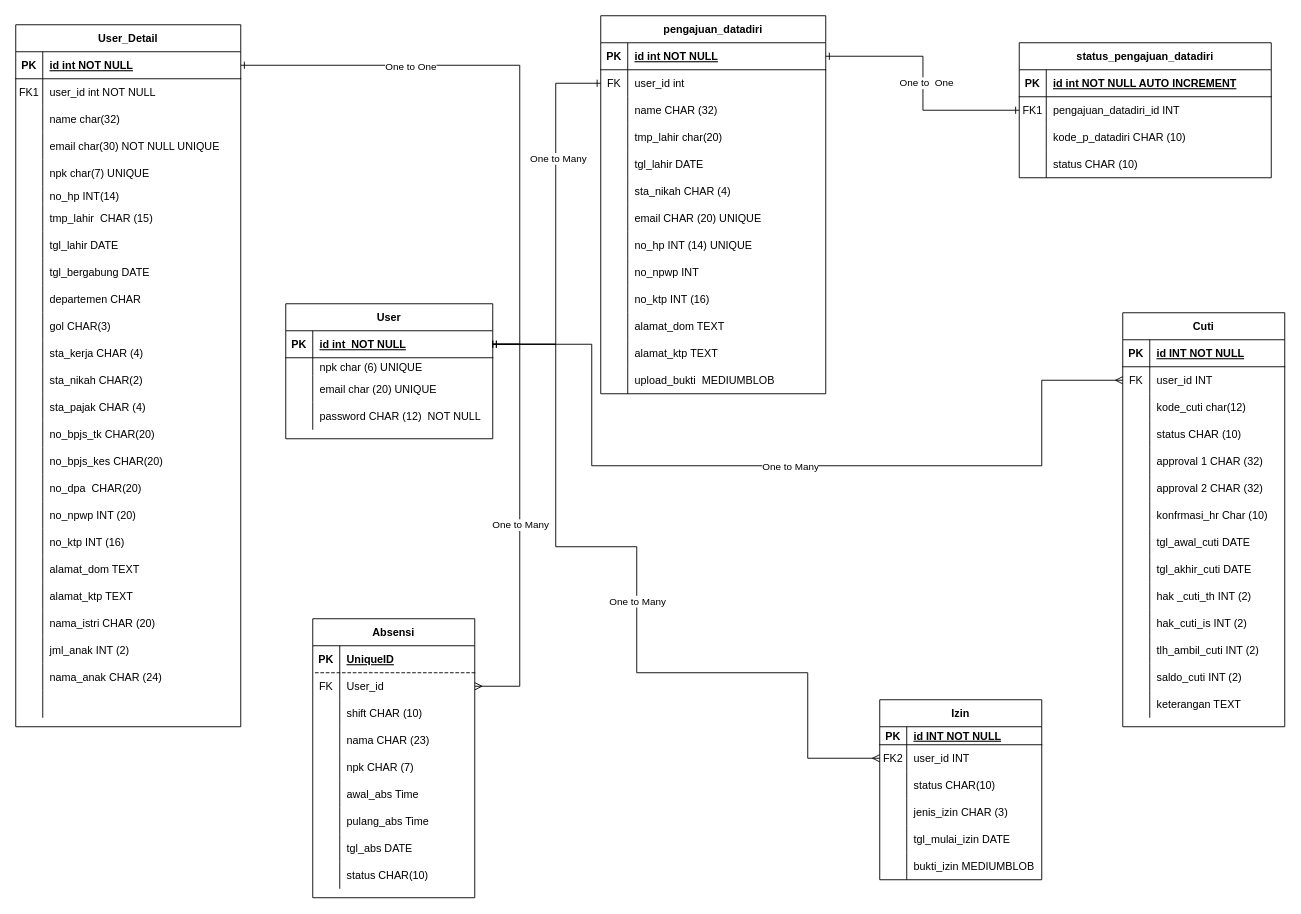
Before: page "ERD" (1 of 6) of ERDS1AR/ERD S1AR.drawio in magang-aiia/ERD-Diagram, a draw.io diagram. Source tidied: cells renumbered, new cells numbered last; positions are measured from the earlier drawing's top-left corner, leaving out a move shared by most shapes. Both pictures are drawn from the tidied source at 90%, with x=0, y=0 at pixel (15, 15).
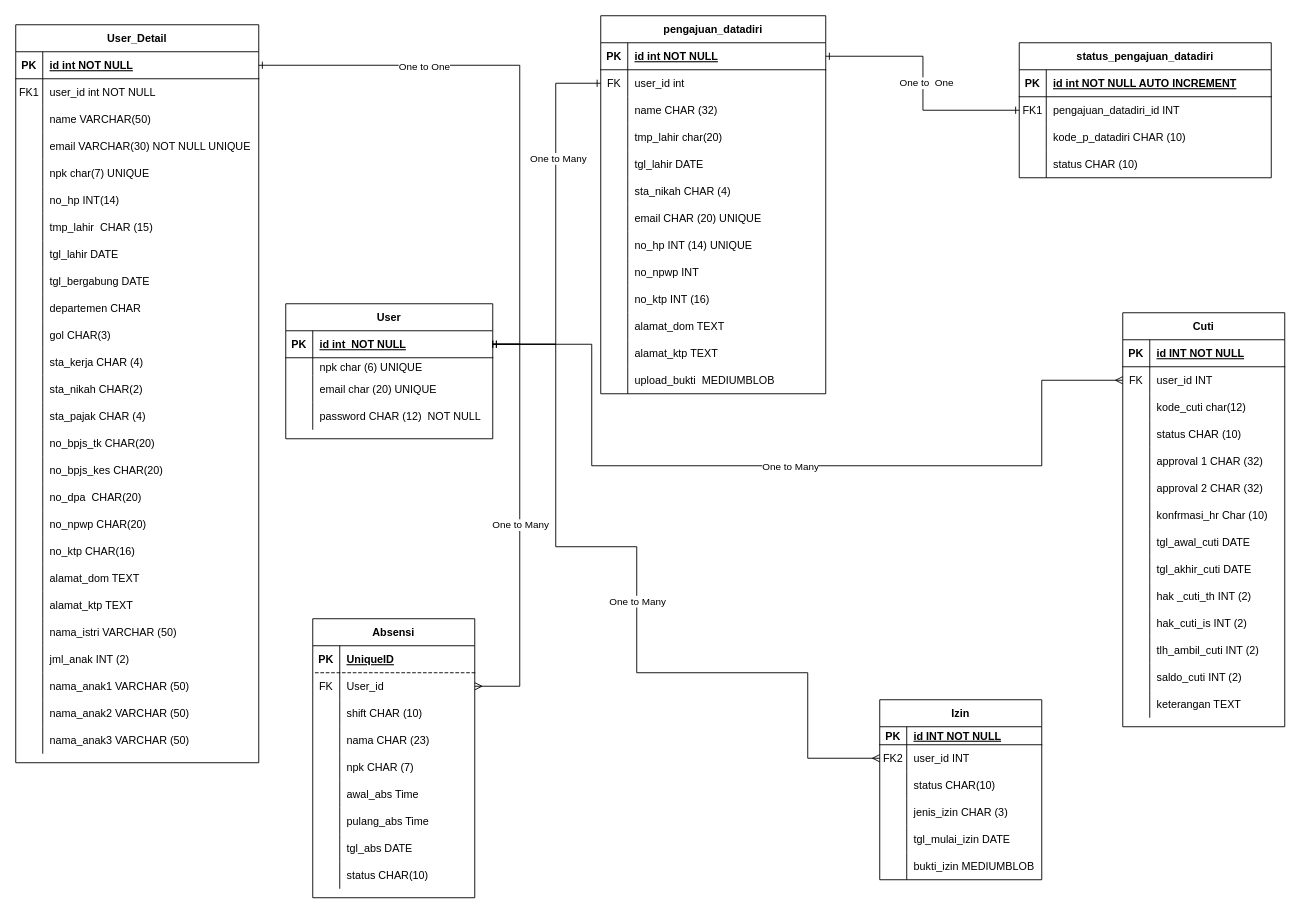
Above is the later version.

Commit message:
PERUBAHAN TIPE DATA ERD S1AR.drawio

What changed in the source:
```diff
@@
     <mxCell id="2" value="User_Detail" style="shape=table;startSize=30;childLayout=tableLayout;rowLines=0;fontStyle=1;align=center;" parent="1" vertex="1">
-      <mxGeometry y="10" width="250" height="780" as="geometry" />
+      <mxGeometry y="10" width="270" height="820" as="geometry" />
     </mxCell>
     <mxCell id="3" style="shape=partialRectangle;fillColor=none;points=[[0,0.5],[1,0.5]];portConstraint=eastwest;top=0;left=0;right=0;bottom=1;" parent="2" vertex="1">
-      <mxGeometry y="30" width="250" height="30" as="geometry" />
+      <mxGeometry y="30" width="270" height="30" as="geometry" />
     </mxCell>
@@
     <mxCell id="5" value="id int NOT NULL " style="shape=partialRectangle;overflow=hidden;fillColor=none;top=0;left=0;bottom=0;right=0;align=left;spacingLeft=6;fontStyle=5;" parent="3" vertex="1">
-      <mxGeometry x="30" width="220" height="30" as="geometry" />
+      <mxGeometry x="30" width="240" height="30" as="geometry" />
     </mxCell>
     <mxCell id="6" style="shape=partialRectangle;fillColor=none;top=0;left=0;right=0;bottom=0;" parent="2" vertex="1">
-      <mxGeometry y="60" width="250" height="30" as="geometry" />
+      <mxGeometry y="60" width="270" height="30" as="geometry" />
     </mxCell>
@@
     <mxCell id="8" value="user_id int NOT NULL" style="shape=partialRectangle;overflow=hidden;fillColor=none;top=0;left=0;bottom=0;right=0;align=left;spacingLeft=6;" parent="6" vertex="1">
-      <mxGeometry x="30" width="220" height="30" as="geometry" />
+      <mxGeometry x="30" width="240" height="30" as="geometry" />
     </mxCell>
     <mxCell id="9" style="shape=partialRectangle;fillColor=none;top=0;left=0;right=0;bottom=0;" parent="2" vertex="1">
-      <mxGeometry y="90" width="250" height="30" as="geometry" />
+      <mxGeometry y="90" width="270" height="30" as="geometry" />
     </mxCell>
@@
-    <mxCell id="11" value="name char(32)" style="shape=partialRectangle;overflow=hidden;fillColor=none;top=0;left=0;bottom=0;right=0;align=left;spacingLeft=6;" parent="9" vertex="1">
-      <mxGeometry x="30" width="220" height="30" as="geometry" />
+    <mxCell id="11" value="name VARCHAR(50)" style="shape=partialRectangle;overflow=hidden;fillColor=none;top=0;left=0;bottom=0;right=0;align=left;spacingLeft=6;" parent="9" vertex="1">
+      <mxGeometry x="30" width="240" height="30" as="geometry" />
     </mxCell>
     <mxCell id="12" style="shape=partialRectangle;fillColor=none;top=0;left=0;right=0;bottom=0;" parent="2" vertex="1">
-      <mxGeometry y="120" width="250" height="30" as="geometry" />
+      <mxGeometry y="120" width="270" height="30" as="geometry" />
     </mxCell>
@@
-    <mxCell id="14" value="email char(30) NOT NULL UNIQUE" style="shape=partialRectangle;overflow=hidden;fillColor=none;top=0;left=0;bottom=0;right=0;align=left;spacingLeft=6;" parent="12" vertex="1">
-      <mxGeometry x="30" width="220" height="30" as="geometry" />
+    <mxCell id="14" value="email VARCHAR(30) NOT NULL UNIQUE" style="shape=partialRectangle;overflow=hidden;fillColor=none;top=0;left=0;bottom=0;right=0;align=left;spacingLeft=6;" parent="12" vertex="1">
+      <mxGeometry x="30" width="240" height="30" as="geometry" />
     </mxCell>
     <mxCell id="15" style="shape=partialRectangle;fillColor=none;top=0;left=0;right=0;bottom=0;" parent="2" vertex="1">
-      <mxGeometry y="150" width="250" height="30" as="geometry" />
+      <mxGeometry y="150" width="270" height="30" as="geometry" />
     </mxCell>
@@
     <mxCell id="17" value="npk char(7) UNIQUE" style="shape=partialRectangle;overflow=hidden;fillColor=none;top=0;left=0;bottom=0;right=0;align=left;spacingLeft=6;" parent="15" vertex="1">
-      <mxGeometry x="30" width="220" height="30" as="geometry" />
+      <mxGeometry x="30" width="240" height="30" as="geometry" />
     </mxCell>
     <mxCell id="18" style="shape=partialRectangle;fillColor=none;top=0;left=0;right=0;bottom=0;" parent="2" vertex="1">
-      <mxGeometry y="180" width="250" height="20" as="geometry" />
+      <mxGeometry y="180" width="270" height="30" as="geometry" />
     </mxCell>
     <mxCell id="19" style="shape=partialRectangle;overflow=hidden;fillColor=none;top=0;left=0;bottom=0;right=0;" parent="18" vertex="1">
-      <mxGeometry width="30" height="20" as="geometry" />
+      <mxGeometry width="30" height="30" as="geometry" />
     </mxCell>
     <mxCell id="20" value="no_hp INT(14)" style="shape=partialRectangle;overflow=hidden;fillColor=none;top=0;left=0;bottom=0;right=0;align=left;spacingLeft=6;" parent="18" vertex="1">
-      <mxGeometry x="30" width="220" height="20" as="geometry" />
+      <mxGeometry x="30" width="240" height="30" as="geometry" />
     </mxCell>
     <mxCell id="21" style="shape=partialRectangle;fillColor=none;top=0;left=0;right=0;bottom=0;" parent="2" vertex="1">
-      <mxGeometry y="200" width="250" height="30" as="geometry" />
+      <mxGeometry y="210" width="270" height="30" as="geometry" />
     </mxCell>
@@
     <mxCell id="23" value="tmp_lahir  CHAR (15) " style="shape=partialRectangle;overflow=hidden;fillColor=none;top=0;left=0;bottom=0;right=0;align=left;spacingLeft=6;" parent="21" vertex="1">
-      <mxGeometry x="30" width="220" height="30" as="geometry" />
+      <mxGeometry x="30" width="240" height="30" as="geometry" />
     </mxCell>
     <mxCell id="24" style="shape=partialRectangle;fillColor=none;top=0;left=0;right=0;bottom=0;" parent="2" vertex="1">
-      <mxGeometry y="230" width="250" height="30" as="geometry" />
+      <mxGeometry y="240" width="270" height="30" as="geometry" />
     </mxCell>
@@
     <mxCell id="26" value="tgl_lahir DATE" style="shape=partialRectangle;overflow=hidden;fillColor=none;top=0;left=0;bottom=0;right=0;align=left;spacingLeft=6;" parent="24" vertex="1">
-      <mxGeometry x="30" width="220" height="30" as="geometry" />
+      <mxGeometry x="30" width="240" height="30" as="geometry" />
     </mxCell>
     <mxCell id="27" style="shape=partialRectangle;fillColor=none;top=0;left=0;right=0;bottom=0;" parent="2" vertex="1">
-      <mxGeometry y="260" width="250" height="30" as="geometry" />
+      <mxGeometry y="270" width="270" height="30" as="geometry" />
     </mxCell>
@@
     <mxCell id="29" value="tgl_bergabung DATE" style="shape=partialRectangle;overflow=hidden;fillColor=none;top=0;left=0;bottom=0;right=0;align=left;spacingLeft=6;" parent="27" vertex="1">
-      <mxGeometry x="30" width="220" height="30" as="geometry" />
+      <mxGeometry x="30" width="240" height="30" as="geometry" />
     </mxCell>
     <mxCell id="30" style="shape=partialRectangle;fillColor=none;top=0;left=0;right=0;bottom=0;" parent="2" vertex="1">
-      <mxGeometry y="290" width="250" height="30" as="geometry" />
+      <mxGeometry y="300" width="270" height="30" as="geometry" />
     </mxCell>
@@
     <mxCell id="32" value="departemen CHAR" style="shape=partialRectangle;overflow=hidden;fillColor=none;top=0;left=0;bottom=0;right=0;align=left;spacingLeft=6;" parent="30" vertex="1">
-      <mxGeometry x="30" width="220" height="30" as="geometry" />
+      <mxGeometry x="30" width="240" height="30" as="geometry" />
     </mxCell>
     <mxCell id="33" style="shape=partialRectangle;fillColor=none;top=0;left=0;right=0;bottom=0;" parent="2" vertex="1">
-      <mxGeometry y="320" width="250" height="30" as="geometry" />
+      <mxGeometry y="330" width="270" height="30" as="geometry" />
     </mxCell>
@@
     <mxCell id="35" value="gol CHAR(3)" style="shape=partialRectangle;overflow=hidden;fillColor=none;top=0;left=0;bottom=0;right=0;align=left;spacingLeft=6;" parent="33" vertex="1">
-      <mxGeometry x="30" width="220" height="30" as="geometry" />
+      <mxGeometry x="30" width="240" height="30" as="geometry" />
     </mxCell>
     <mxCell id="36" style="shape=partialRectangle;fillColor=none;top=0;left=0;right=0;bottom=0;" parent="2" vertex="1">
-      <mxGeometry y="350" width="250" height="30" as="geometry" />
+      <mxGeometry y="360" width="270" height="30" as="geometry" />
     </mxCell>
@@
     <mxCell id="38" value="sta_kerja CHAR (4)" style="shape=partialRectangle;overflow=hidden;fillColor=none;top=0;left=0;bottom=0;right=0;align=left;spacingLeft=6;" parent="36" vertex="1">
-      <mxGeometry x="30" width="220" height="30" as="geometry" />
+      <mxGeometry x="30" width="240" height="30" as="geometry" />
     </mxCell>
     <mxCell id="39" style="shape=partialRectangle;fillColor=none;top=0;left=0;right=0;bottom=0;" parent="2" vertex="1">
-      <mxGeometry y="380" width="250" height="30" as="geometry" />
+      <mxGeometry y="390" width="270" height="30" as="geometry" />
     </mxCell>
@@
     <mxCell id="41" value="sta_nikah CHAR(2)" style="shape=partialRectangle;overflow=hidden;fillColor=none;top=0;left=0;bottom=0;right=0;align=left;spacingLeft=6;" parent="39" vertex="1">
-      <mxGeometry x="30" width="220" height="30" as="geometry" />
+      <mxGeometry x="30" width="240" height="30" as="geometry" />
     </mxCell>
     <mxCell id="42" style="shape=partialRectangle;fillColor=none;top=0;left=0;right=0;bottom=0;" parent="2" vertex="1">
-      <mxGeometry y="410" width="250" height="30" as="geometry" />
+      <mxGeometry y="420" width="270" height="30" as="geometry" />
     </mxCell>
@@
     <mxCell id="44" value="sta_pajak CHAR (4)" style="shape=partialRectangle;overflow=hidden;fillColor=none;top=0;left=0;bottom=0;right=0;align=left;spacingLeft=6;" parent="42" vertex="1">
-      <mxGeometry x="30" width="220" height="30" as="geometry" />
+      <mxGeometry x="30" width="240" height="30" as="geometry" />
     </mxCell>
     <mxCell id="45" style="shape=partialRectangle;fillColor=none;top=0;left=0;right=0;bottom=0;" parent="2" vertex="1">
-      <mxGeometry y="440" width="250" height="30" as="geometry" />
+      <mxGeometry y="450" width="270" height="30" as="geometry" />
     </mxCell>
@@
     <mxCell id="47" value="no_bpjs_tk CHAR(20)" style="shape=partialRectangle;overflow=hidden;fillColor=none;top=0;left=0;bottom=0;right=0;align=left;spacingLeft=6;" parent="45" vertex="1">
-      <mxGeometry x="30" width="220" height="30" as="geometry" />
+      <mxGeometry x="30" width="240" height="30" as="geometry" />
     </mxCell>
     <mxCell id="48" style="shape=partialRectangle;fillColor=none;top=0;left=0;right=0;bottom=0;" parent="2" vertex="1">
-      <mxGeometry y="470" width="250" height="30" as="geometry" />
+      <mxGeometry y="480" width="270" height="30" as="geometry" />
     </mxCell>
@@
     <mxCell id="50" value="no_bpjs_kes CHAR(20)" style="shape=partialRectangle;overflow=hidden;fillColor=none;top=0;left=0;bottom=0;right=0;align=left;spacingLeft=6;" parent="48" vertex="1">
-      <mxGeometry x="30" width="220" height="30" as="geometry" />
+      <mxGeometry x="30" width="240" height="30" as="geometry" />
     </mxCell>
     <mxCell id="51" style="shape=partialRectangle;fillColor=none;top=0;left=0;right=0;bottom=0;" parent="2" vertex="1">
-      <mxGeometry y="500" width="250" height="30" as="geometry" />
+      <mxGeometry y="510" width="270" height="30" as="geometry" />
     </mxCell>
@@
     <mxCell id="53" value="no_dpa  CHAR(20)" style="shape=partialRectangle;overflow=hidden;fillColor=none;top=0;left=0;bottom=0;right=0;align=left;spacingLeft=6;" parent="51" vertex="1">
-      <mxGeometry x="30" width="220" height="30" as="geometry" />
+      <mxGeometry x="30" width="240" height="30" as="geometry" />
     </mxCell>
     <mxCell id="54" style="shape=partialRectangle;fillColor=none;top=0;left=0;right=0;bottom=0;" parent="2" vertex="1">
-      <mxGeometry y="530" width="250" height="30" as="geometry" />
+      <mxGeometry y="540" width="270" height="30" as="geometry" />
     </mxCell>
@@
-    <mxCell id="56" value="no_npwp INT (20)" style="shape=partialRectangle;overflow=hidden;fillColor=none;top=0;left=0;bottom=0;right=0;align=left;spacingLeft=6;" parent="54" vertex="1">
-      <mxGeometry x="30" width="220" height="30" as="geometry" />
+    <mxCell id="56" value="no_npwp CHAR(20)" style="shape=partialRectangle;overflow=hidden;fillColor=none;top=0;left=0;bottom=0;right=0;align=left;spacingLeft=6;" parent="54" vertex="1">
+      <mxGeometry x="30" width="240" height="30" as="geometry" />
     </mxCell>
     <mxCell id="57" style="shape=partialRectangle;fillColor=none;top=0;left=0;right=0;bottom=0;" parent="2" vertex="1">
-      <mxGeometry y="560" width="250" height="30" as="geometry" />
+      <mxGeometry y="570" width="270" height="30" as="geometry" />
     </mxCell>
@@
-    <mxCell id="59" value="no_ktp INT (16)" style="shape=partialRectangle;overflow=hidden;fillColor=none;top=0;left=0;bottom=0;right=0;align=left;spacingLeft=6;" parent="57" vertex="1">
-      <mxGeometry x="30" width="220" height="30" as="geometry" />
+    <mxCell id="59" value="no_ktp CHAR(16)" style="shape=partialRectangle;overflow=hidden;fillColor=none;top=0;left=0;bottom=0;right=0;align=left;spacingLeft=6;" parent="57" vertex="1">
+      <mxGeometry x="30" width="240" height="30" as="geometry" />
     </mxCell>
     <mxCell id="60" style="shape=partialRectangle;fillColor=none;top=0;left=0;right=0;bottom=0;" parent="2" vertex="1">
-      <mxGeometry y="590" width="250" height="30" as="geometry" />
+      <mxGeometry y="600" width="270" height="30" as="geometry" />
     </mxCell>
@@
     <mxCell id="62" value="alamat_dom TEXT" style="shape=partialRectangle;overflow=hidden;fillColor=none;top=0;left=0;bottom=0;right=0;align=left;spacingLeft=6;" parent="60" vertex="1">
-      <mxGeometry x="30" width="220" height="30" as="geometry" />
+      <mxGeometry x="30" width="240" height="30" as="geometry" />
     </mxCell>
     <mxCell id="63" style="shape=partialRectangle;fillColor=none;top=0;left=0;right=0;bottom=0;" parent="2" vertex="1">
-      <mxGeometry y="620" width="250" height="30" as="geometry" />
+      <mxGeometry y="630" width="270" height="30" as="geometry" />
     </mxCell>
@@
     <mxCell id="65" value="alamat_ktp TEXT" style="shape=partialRectangle;overflow=hidden;fillColor=none;top=0;left=0;bottom=0;right=0;align=left;spacingLeft=6;" parent="63" vertex="1">
-      <mxGeometry x="30" width="220" height="30" as="geometry" />
+      <mxGeometry x="30" width="240" height="30" as="geometry" />
     </mxCell>
     <mxCell id="66" style="shape=partialRectangle;fillColor=none;top=0;left=0;right=0;bottom=0;" parent="2" vertex="1">
-      <mxGeometry y="650" width="250" height="30" as="geometry" />
+      <mxGeometry y="660" width="270" height="30" as="geometry" />
     </mxCell>
@@
-    <mxCell id="68" value="nama_istri CHAR (20)" style="shape=partialRectangle;overflow=hidden;fillColor=none;top=0;left=0;bottom=0;right=0;align=left;spacingLeft=6;" parent="66" vertex="1">
-      <mxGeometry x="30" width="220" height="30" as="geometry" />
+    <mxCell id="68" value="nama_istri VARCHAR (50)" style="shape=partialRectangle;overflow=hidden;fillColor=none;top=0;left=0;bottom=0;right=0;align=left;spacingLeft=6;" parent="66" vertex="1">
+      <mxGeometry x="30" width="240" height="30" as="geometry" />
     </mxCell>
     <mxCell id="69" style="shape=partialRectangle;fillColor=none;top=0;left=0;right=0;bottom=0;" parent="2" vertex="1">
-      <mxGeometry y="680" width="250" height="30" as="geometry" />
+      <mxGeometry y="690" width="270" height="30" as="geometry" />
     </mxCell>
@@
     <mxCell id="71" value="jml_anak INT (2)" style="shape=partialRectangle;overflow=hidden;fillColor=none;top=0;left=0;bottom=0;right=0;align=left;spacingLeft=6;" parent="69" vertex="1">
-      <mxGeometry x="30" width="220" height="30" as="geometry" />
+      <mxGeometry x="30" width="240" height="30" as="geometry" />
     </mxCell>
     <mxCell id="72" style="shape=partialRectangle;fillColor=none;top=0;left=0;right=0;bottom=0;" parent="2" vertex="1">
-      <mxGeometry y="710" width="250" height="30" as="geometry" />
+      <mxGeometry y="720" width="270" height="30" as="geometry" />
     </mxCell>
@@
-    <mxCell id="74" value="nama_anak CHAR (24)" style="shape=partialRectangle;overflow=hidden;fillColor=none;top=0;left=0;bottom=0;right=0;align=left;spacingLeft=6;" parent="72" vertex="1">
-      <mxGeometry x="30" width="220" height="30" as="geometry" />
+    <mxCell id="74" value="nama_anak1 VARCHAR (50)" style="shape=partialRectangle;overflow=hidden;fillColor=none;top=0;left=0;bottom=0;right=0;align=left;spacingLeft=6;" parent="72" vertex="1">
+      <mxGeometry x="30" width="240" height="30" as="geometry" />
     </mxCell>
     <mxCell id="75" style="shape=partialRectangle;fillColor=none;top=0;left=0;right=0;bottom=0;" parent="2" vertex="1">
-      <mxGeometry y="740" width="250" height="30" as="geometry" />
+      <mxGeometry y="750" width="270" height="30" as="geometry" />
     </mxCell>
@@
-    <mxCell id="77" style="shape=partialRectangle;overflow=hidden;fillColor=none;top=0;left=0;bottom=0;right=0;align=left;spacingLeft=6;" parent="75" vertex="1">
-      <mxGeometry x="30" width="220" height="30" as="geometry" />
+    <mxCell id="77" value="nama_anak2 VARCHAR (50)" style="shape=partialRectangle;overflow=hidden;fillColor=none;top=0;left=0;bottom=0;right=0;align=left;spacingLeft=6;" parent="75" vertex="1">
+      <mxGeometry x="30" width="240" height="30" as="geometry" />
     </mxCell>
+    <mxCell id="246" style="shape=partialRectangle;fillColor=none;top=0;left=0;right=0;bottom=0;" parent="2" vertex="1">
+      <mxGeometry y="780" width="270" height="30" as="geometry" />
+    </mxCell>
+    <mxCell id="247" style="shape=partialRectangle;overflow=hidden;fillColor=none;top=0;left=0;bottom=0;right=0;" parent="246" vertex="1">
+      <mxGeometry width="30" height="30" as="geometry" />
+    </mxCell>
+    <mxCell id="248" value="nama_anak3 VARCHAR (50)" style="shape=partialRectangle;overflow=hidden;fillColor=none;top=0;left=0;bottom=0;right=0;align=left;spacingLeft=6;" parent="246" vertex="1">
+      <mxGeometry x="30" width="240" height="30" as="geometry" />
+    </mxCell>
```
